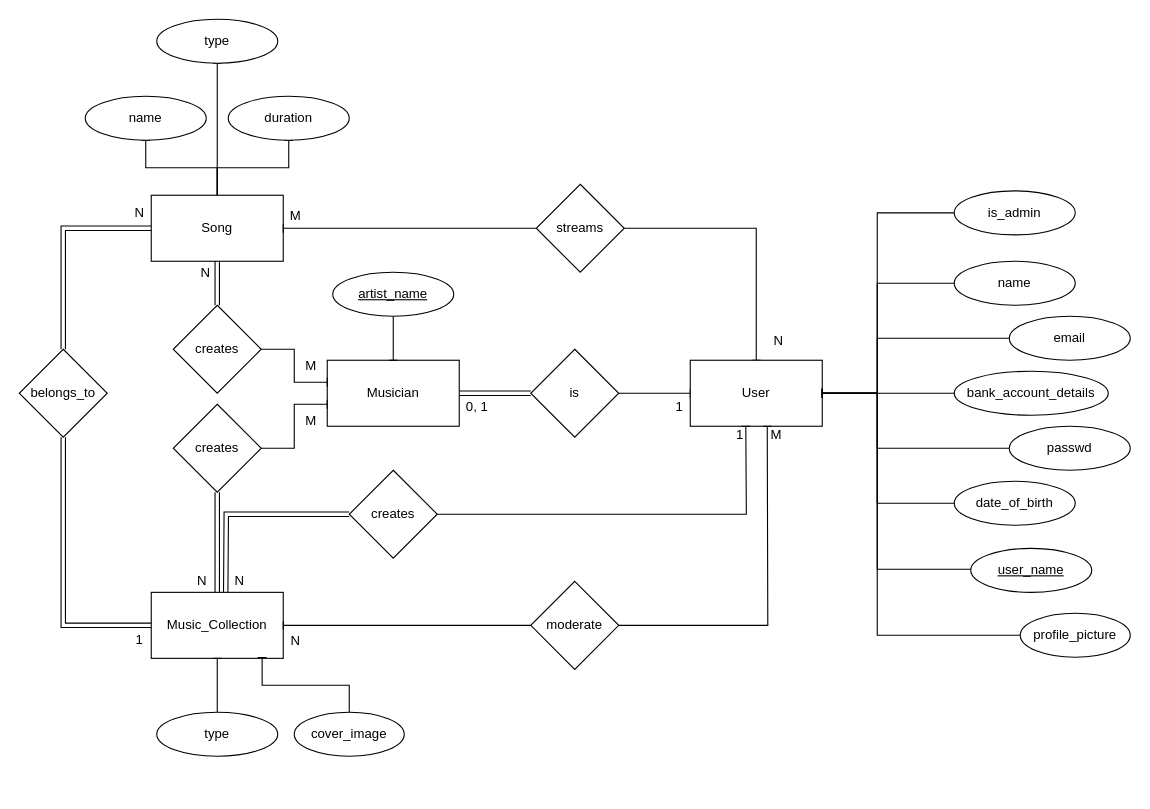
Earlier version of the draw.io diagram PRJ1.2-ERM.drawio (Fontys-PRJ/PRJ1). Source tidied: cells renumbered, new cells numbered last; positions are measured from the earlier drawing's top-left corner, leaving out a move shared by most shapes. Both pictures are drawn from the tidied source at 110%, with x=0, y=0 at pixel (19, 19).
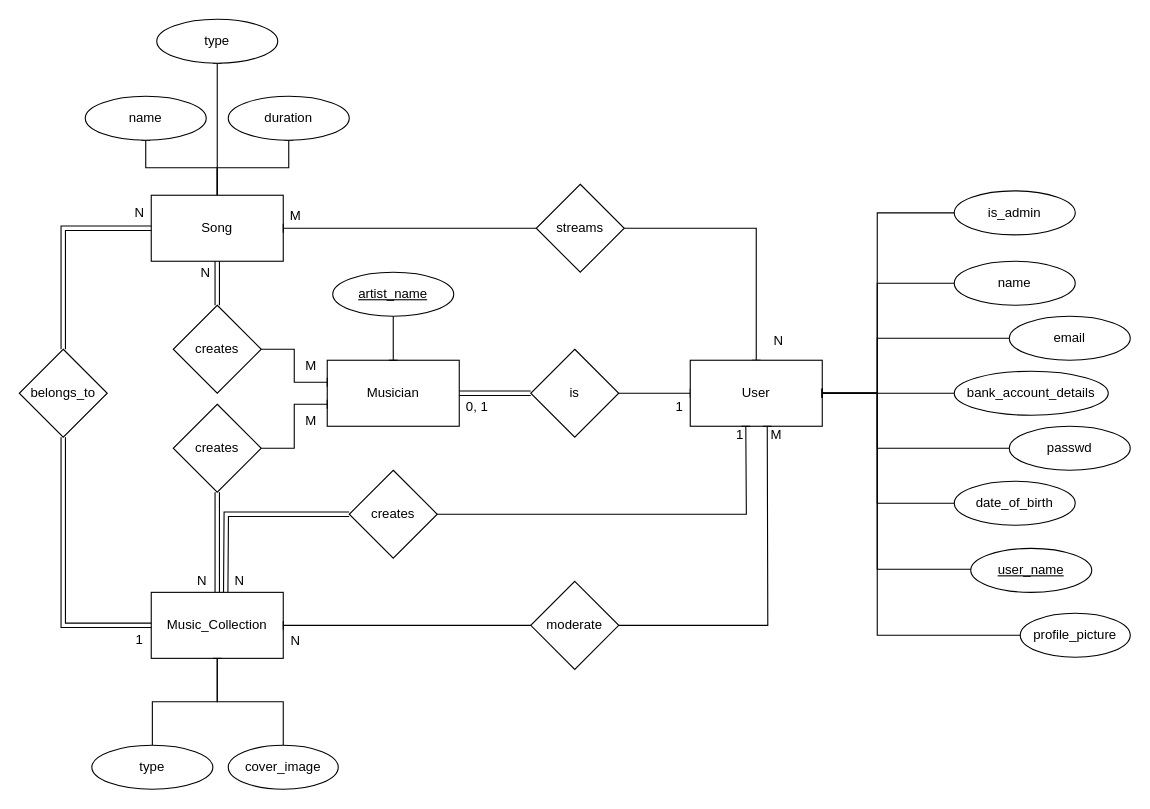
Above is the later version.

The change refers to these unchanged cells:
```xml
<mxCell id="6" value="Music_Collection" style="rounded=0;whiteSpace=wrap;html=1;" parent="1" vertex="1">
  <mxGeometry x="120" y="521" width="120" height="60" as="geometry" />
</mxCell>
```

What changed in the source:
```diff
@@
+    <mxCell id="67" style="edgeStyle=orthogonalEdgeStyle;rounded=0;jettySize=auto;html=1;exitX=0.5;exitY=0;exitDx=0;exitDy=0;endArrow=baseDash;endFill=0;" parent="1" edge="1" source="66" target="6">
+      <mxGeometry relative="1" as="geometry" />
+    </mxCell>
@@
     <mxCell id="19" value="type" style="ellipse;whiteSpace=wrap;html=1;" parent="1" vertex="1">
-      <mxGeometry x="125" y="630" width="110" height="40" as="geometry" />
+      <mxGeometry x="66" y="660" width="110" height="40" as="geometry" />
     </mxCell>
@@
     <mxCell id="66" value="cover_image" style="ellipse;whiteSpace=wrap;html=1;align=center;" parent="1" vertex="1">
-      <mxGeometry x="250" y="630" width="100" height="40" as="geometry" />
+      <mxGeometry x="190" y="660" width="100" height="40" as="geometry" />
     </mxCell>
-    <mxCell id="67" style="edgeStyle=orthogonalEdgeStyle;rounded=0;jettySize=auto;html=1;exitX=0.5;exitY=0;exitDx=0;exitDy=0;entryX=0.84;entryY=0.988;entryDx=0;entryDy=0;entryPerimeter=0;endArrow=baseDash;endFill=0;" parent="1" edge="1" source="66" target="6">
-      <mxGeometry relative="1" as="geometry" />
-    </mxCell>
```
